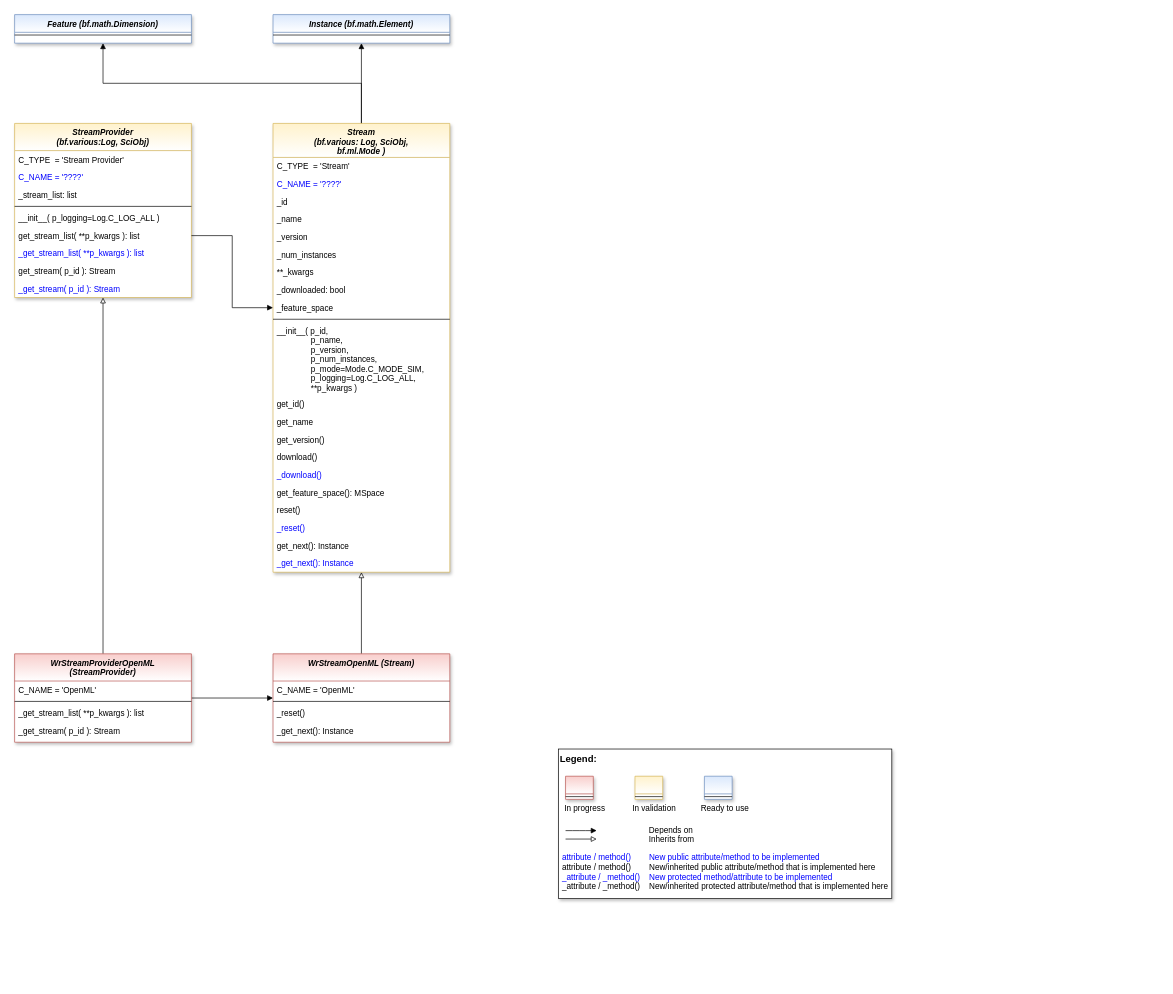
Above: doc/rtd/content/append2/core/images/oa/MLPro-OA-STREAMS_class_diagram.drawio in fhswf/MLPro (draw.io), before the change. Source tidied: cells renumbered, new cells numbered last; positions are measured from the earlier drawing's top-left corner, leaving out a move shared by most shapes. Both pictures are drawn from the tidied source at 68%, with x=0, y=0 at pixel (14, 14).
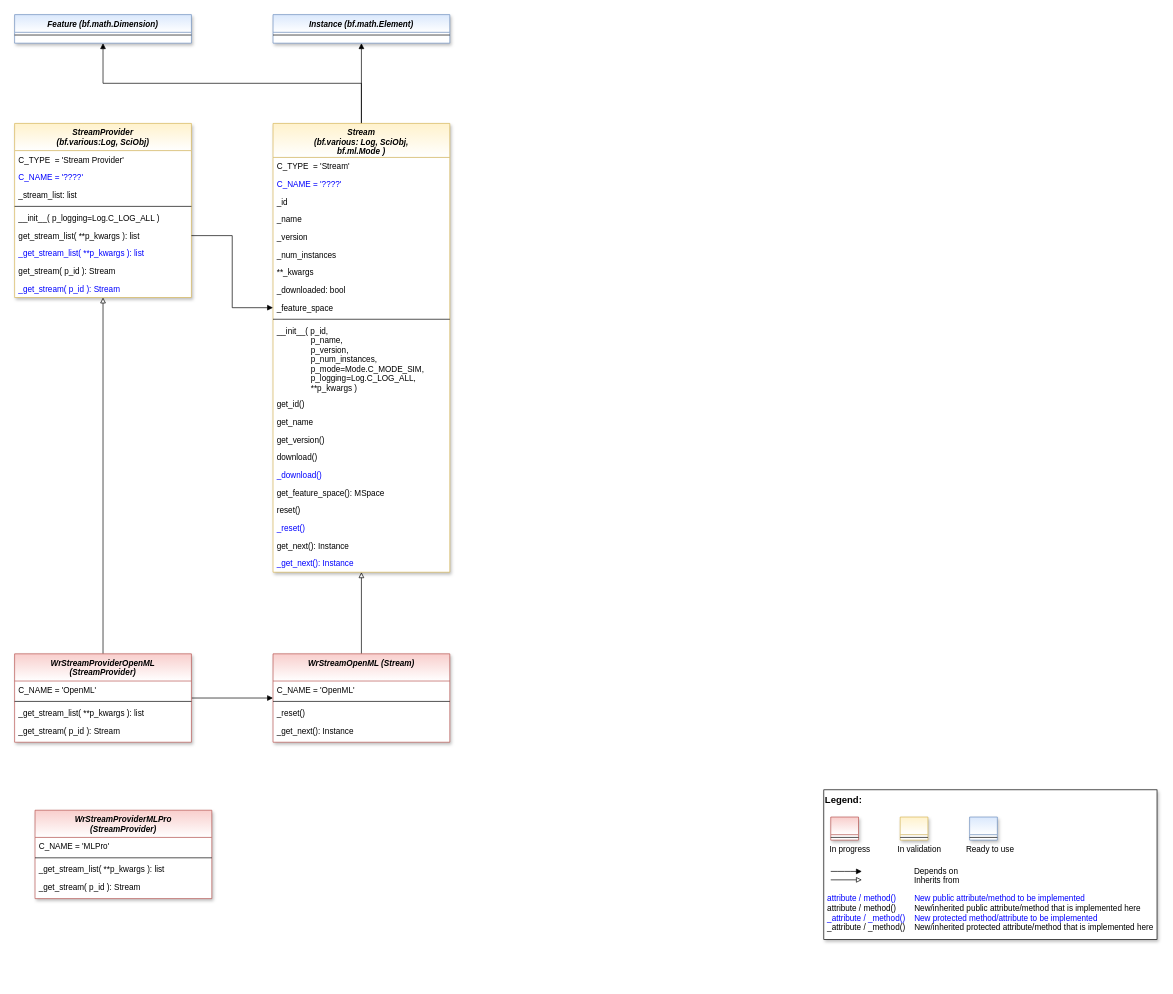
The same page after the edit.

Diff of the diagram source:
```diff
@@
     <mxCell id="2" style="group;" parent="1" vertex="1">
-      <mxGeometry x="800" y="1080" width="490" height="220" as="geometry" />
+      <mxGeometry x="1190" y="1140" width="490" height="220" as="geometry" />
     </mxCell>
@@
+    <mxCell id="64" value="WrStreamProviderMLPro&#10;(StreamProvider)" style="swimlane;fontStyle=3;align=center;verticalAlign=top;horizontal=1;startSize=40;rounded=0;shadow=1;strokeWidth=1;fillColor=#f8cecc;strokeColor=#b85450;swimlaneFillColor=#ffffff;gradientColor=#ffffff;" parent="1" vertex="1">
+      <mxGeometry x="30" y="1170" width="260" height="130" as="geometry" />
+    </mxCell>
+    <mxCell id="65" value="C_NAME = 'MLPro'" style="text;align=left;verticalAlign=top;spacingLeft=4;spacingRight=4;overflow=hidden;fontColor=default;" parent="64" vertex="1">
+      <mxGeometry y="40" width="260" height="26" as="geometry" />
+    </mxCell>
+    <mxCell id="66" style="line;html=1;strokeWidth=1;align=left;verticalAlign=middle;spacingTop=-1;spacingLeft=3;spacingRight=3;labelPosition=right;" parent="64" vertex="1">
+      <mxGeometry y="66" width="260" height="8" as="geometry" />
+    </mxCell>
+    <mxCell id="67" value="_get_stream_list( **p_kwargs ): list" style="text;align=left;verticalAlign=top;spacingLeft=4;spacingRight=4;overflow=hidden;fontColor=default;" parent="64" vertex="1">
+      <mxGeometry y="74" width="260" height="26" as="geometry" />
+    </mxCell>
+    <mxCell id="68" value="_get_stream( p_id ): Stream " style="text;align=left;verticalAlign=top;spacingLeft=4;spacingRight=4;overflow=hidden;fontColor=default;" parent="64" vertex="1">
+      <mxGeometry y="100" width="260" height="26" as="geometry" />
+    </mxCell>
```
